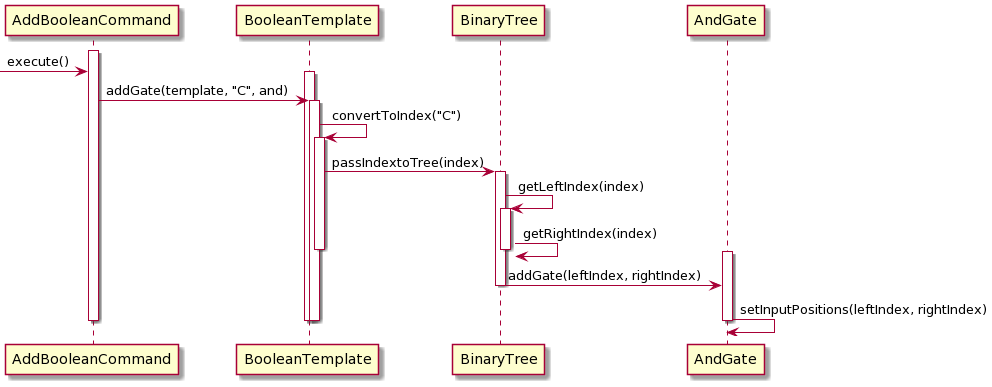
Earlier version of the PlantUML export docs/diagrams/AddBooleanCommand.png (sevenseasofbri/tp).
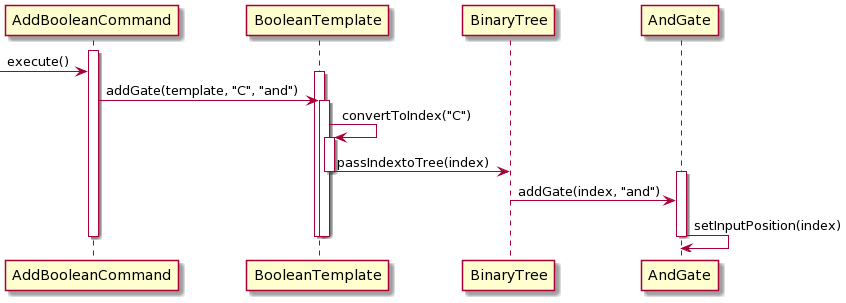
Later version of the same file.

The edit, as a diff of the source:
```diff
@@ -4,7 +4,7 @@
 ->AddBooleanCommand: execute()
 
 activate BooleanTemplate
-AddBooleanCommand -> BooleanTemplate: addGate(template, "C", and)
+AddBooleanCommand -> BooleanTemplate: addGate(template, "C", "and")
 
 activate BooleanTemplate
 BooleanTemplate -> BooleanTemplate: convertToIndex("C")
@@ -12,22 +12,16 @@
 activate BooleanTemplate
 BooleanTemplate -> BinaryTree: passIndextoTree(index)
 
-activate BinaryTree
-BinaryTree -> BinaryTree : getLeftIndex(index)
-
-activate BinaryTree
-BinaryTree -> BinaryTree : getRightIndex(index)
-
 deactivate BooleanTemplate
 
 deactivate BinaryTree
 
 activate AndGate
-BinaryTree -> AndGate: addGate(leftIndex, rightIndex)
+BinaryTree -> AndGate: addGate(index, "and")
 
 deactivate BinaryTree
 
-AndGate -> AndGate: setInputPositions(leftIndex, rightIndex)
+AndGate -> AndGate: setInputPosition(index)
 
 
 deactivate AndGate
```
